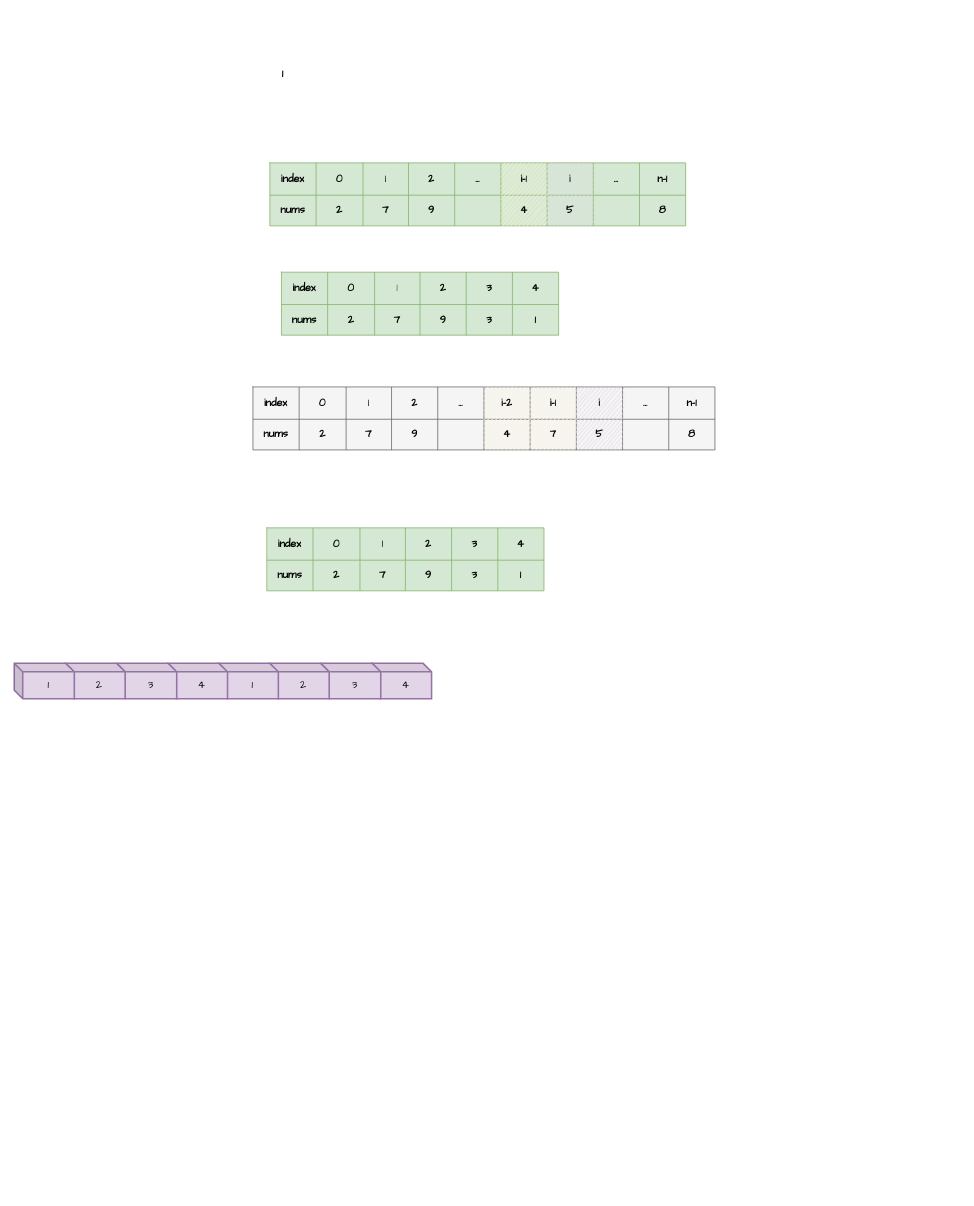
Earlier version of the draw.io diagram page "第 3 页" (3 of 3) of src/main/leetcode_manuscripts/draw_io/leetcode_A.drawio (wat1r/geek-algorithm-leetcode). Source tidied: cells renumbered, new cells numbered last; positions are measured from the earlier drawing's top-left corner, leaving out a move shared by most shapes. Both pictures are drawn from the tidied source at 77%, with x=0, y=0 at pixel (14, 13).
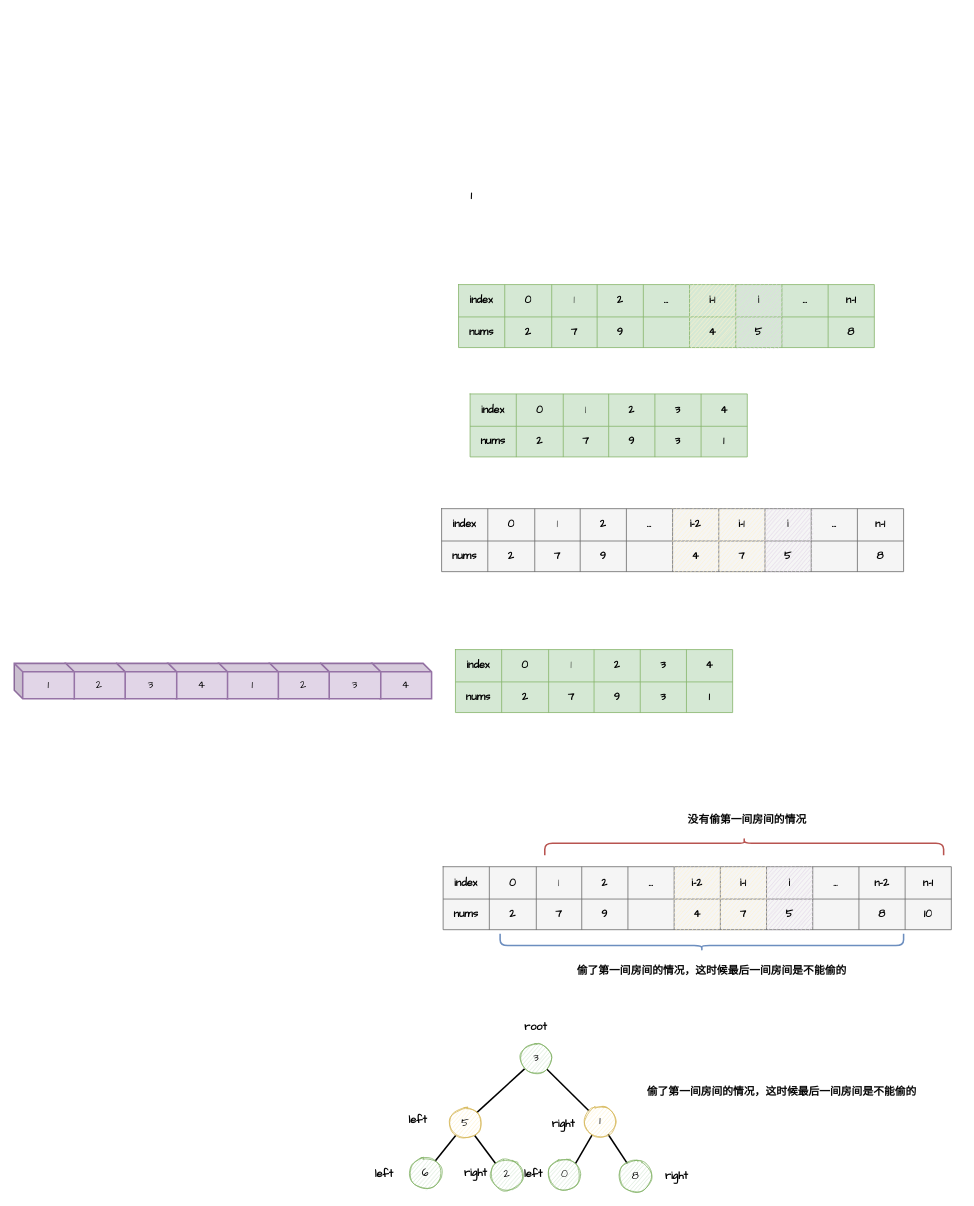
Above is the later version.

Diff of the diagram source:
```diff
@@
     <mxCell id="2" style="shape=table;html=1;whiteSpace=wrap;startSize=0;childLayout=tableLayout;fontSize=14;fontFamily=Comic Sans MS;fontStyle=1;fillColor=#d5e8d4;strokeColor=#82b366;" parent="1" vertex="1">
-      <mxGeometry x="347" y="336" width="360" height="81.8" as="geometry" />
+      <mxGeometry x="592" y="494.1" width="360" height="81.8" as="geometry" />
     </mxCell>
@@
     <mxCell id="17" style="shape=table;html=1;whiteSpace=wrap;startSize=0;childLayout=tableLayout;fontSize=14;fontFamily=Comic Sans MS;fontStyle=1;fillColor=#d5e8d4;strokeColor=#82b366;" parent="1" vertex="1">
-      <mxGeometry x="332" y="194" width="540" height="81.8" as="geometry" />
+      <mxGeometry x="577" y="352.1" width="540" height="81.8" as="geometry" />
     </mxCell>
@@
     <mxCell id="38" value="&lt;span style=&quot;color: rgb(8 , 8 , 8) ; font-size: 14px&quot;&gt;1&lt;br style=&quot;font-size: 14px&quot;&gt;&lt;/span&gt;" style="text;html=1;strokeColor=none;fillColor=none;align=left;verticalAlign=middle;whiteSpace=wrap;rounded=0;sketch=0;fontFamily=Comic Sans MS;fontSize=14;fontStyle=1;" parent="1" vertex="1">
-      <mxGeometry x="346" width="639" height="157" as="geometry" />
+      <mxGeometry x="591" y="158.1" width="639" height="157" as="geometry" />
     </mxCell>
     <mxCell id="39" style="shape=table;html=1;whiteSpace=wrap;startSize=0;childLayout=tableLayout;fontSize=14;fontFamily=Comic Sans MS;fontStyle=1;fillColor=#f5f5f5;strokeColor=#666666;fontColor=#333333;" parent="1" vertex="1">
-      <mxGeometry x="310" y="485" width="600" height="81.8" as="geometry" />
+      <mxGeometry x="555" y="643.1" width="600" height="81.8" as="geometry" />
     </mxCell>
@@
     <mxCell id="62" style="shape=table;html=1;whiteSpace=wrap;startSize=0;childLayout=tableLayout;fontSize=14;fontFamily=Comic Sans MS;fontStyle=1;fillColor=#d5e8d4;strokeColor=#82b366;shadow=0;" parent="1" vertex="1">
-      <mxGeometry x="328" y="668" width="360" height="81.8" as="geometry" />
+      <mxGeometry x="573" y="826.1" width="360" height="81.8" as="geometry" />
     </mxCell>
@@
+    <mxCell id="85" style="shape=table;html=1;whiteSpace=wrap;startSize=0;childLayout=tableLayout;fontSize=14;fontFamily=Comic Sans MS;fontStyle=1;fillColor=#f5f5f5;strokeColor=#666666;fontColor=#333333;" parent="1" vertex="1">
+      <mxGeometry x="557" y="1108.1" width="660" height="81.8" as="geometry" />
+    </mxCell>
+    <mxCell id="86" style="shape=partialRectangle;html=1;whiteSpace=wrap;fillColor=none;top=0;left=0;bottom=0;right=0;fontSize=14;fontFamily=Comic Sans MS;fontStyle=1;" parent="85" vertex="1">
+      <mxGeometry width="660" height="42" as="geometry" />
+    </mxCell>
+    <mxCell id="87" value="index" style="shape=partialRectangle;html=1;whiteSpace=wrap;overflow=hidden;fillColor=none;top=0;left=0;bottom=0;right=0;fontSize=14;fontFamily=Comic Sans MS;fontStyle=1;" parent="86" vertex="1">
+      <mxGeometry width="60" height="42" as="geometry" />
+    </mxCell>
+    <mxCell id="88" value="0" style="shape=partialRectangle;html=1;whiteSpace=wrap;overflow=hidden;fillColor=none;top=0;left=0;bottom=0;right=0;fontSize=14;fontFamily=Comic Sans MS;fontStyle=1;" parent="86" vertex="1">
+      <mxGeometry x="60" width="61" height="42" as="geometry" />
+    </mxCell>
+    <mxCell id="89" value="1" style="shape=partialRectangle;html=1;whiteSpace=wrap;overflow=hidden;fillColor=none;top=0;left=0;bottom=0;right=0;fontSize=14;fontFamily=Comic Sans MS;fontStyle=1;" parent="86" vertex="1">
+      <mxGeometry x="121" width="59" height="42" as="geometry" />
+    </mxCell>
+    <mxCell id="90" value="2" style="shape=partialRectangle;html=1;whiteSpace=wrap;overflow=hidden;fillColor=none;top=0;left=0;bottom=0;right=0;fontSize=14;fontFamily=Comic Sans MS;fontStyle=1;" parent="86" vertex="1">
+      <mxGeometry x="180" width="60" height="42" as="geometry" />
+    </mxCell>
+    <mxCell id="91" value="..." style="shape=partialRectangle;html=1;whiteSpace=wrap;overflow=hidden;fillColor=none;top=0;left=0;bottom=0;right=0;fontSize=14;fontFamily=Comic Sans MS;fontStyle=1;" parent="86" vertex="1">
+      <mxGeometry x="240" width="60" height="42" as="geometry" />
+    </mxCell>
+    <mxCell id="92" value="i-2" style="shape=partialRectangle;html=1;whiteSpace=wrap;overflow=hidden;fillColor=#fff2cc;top=0;left=0;bottom=0;right=0;fontSize=14;fontFamily=Comic Sans MS;fontStyle=1;strokeColor=#d6b656;sketch=1;" parent="86" vertex="1">
+      <mxGeometry x="300" width="60" height="42" as="geometry" />
+    </mxCell>
+    <mxCell id="93" value="i-1" style="shape=partialRectangle;html=1;whiteSpace=wrap;overflow=hidden;fillColor=#fff2cc;top=0;left=0;bottom=0;right=0;fontSize=14;fontFamily=Comic Sans MS;fontStyle=1;strokeColor=#d6b656;sketch=1;" parent="86" vertex="1">
+      <mxGeometry x="360" width="60" height="42" as="geometry" />
+    </mxCell>
+    <mxCell id="94" value="i" style="shape=partialRectangle;html=1;whiteSpace=wrap;overflow=hidden;fillColor=#e1d5e7;top=0;left=0;bottom=0;right=0;fontSize=14;fontFamily=Comic Sans MS;fontStyle=1;strokeColor=#9673a6;sketch=1;" parent="86" vertex="1">
+      <mxGeometry x="420" width="60" height="42" as="geometry" />
+    </mxCell>
+    <mxCell id="95" value="..." style="shape=partialRectangle;html=1;whiteSpace=wrap;overflow=hidden;fillColor=none;top=0;left=0;bottom=0;right=0;fontSize=14;fontFamily=Comic Sans MS;fontStyle=1;" parent="86" vertex="1">
+      <mxGeometry x="480" width="60" height="42" as="geometry" />
+    </mxCell>
+    <mxCell id="96" value="n-2" style="shape=partialRectangle;html=1;whiteSpace=wrap;overflow=hidden;fillColor=none;top=0;left=0;bottom=0;right=0;fontSize=14;fontFamily=Comic Sans MS;fontStyle=1;" parent="86" vertex="1">
+      <mxGeometry x="540" width="60" height="42" as="geometry" />
+    </mxCell>
+    <mxCell id="97" value="n-1" style="shape=partialRectangle;html=1;whiteSpace=wrap;overflow=hidden;fillColor=none;top=0;left=0;bottom=0;right=0;fontSize=14;fontFamily=Comic Sans MS;fontStyle=1;" parent="86" vertex="1">
+      <mxGeometry x="600" width="60" height="42" as="geometry" />
+    </mxCell>
+    <mxCell id="98" style="shape=partialRectangle;html=1;whiteSpace=wrap;fillColor=none;top=0;left=0;bottom=0;right=0;fontSize=14;fontFamily=Comic Sans MS;fontStyle=1;" parent="85" vertex="1">
+      <mxGeometry y="42" width="660" height="40" as="geometry" />
+    </mxCell>
+    <mxCell id="99" value="nums" style="shape=partialRectangle;html=1;whiteSpace=wrap;overflow=hidden;fillColor=none;top=0;left=0;bottom=0;right=0;fontSize=14;fontFamily=Comic Sans MS;fontStyle=1;" parent="98" vertex="1">
+      <mxGeometry width="60" height="40" as="geometry" />
+    </mxCell>
+    <mxCell id="100" value="2" style="shape=partialRectangle;html=1;whiteSpace=wrap;overflow=hidden;fillColor=none;top=0;left=0;bottom=0;right=0;fontSize=14;fontFamily=Comic Sans MS;fontStyle=1;" parent="98" vertex="1">
+      <mxGeometry x="60" width="61" height="40" as="geometry" />
+    </mxCell>
+    <mxCell id="101" value="7" style="shape=partialRectangle;html=1;whiteSpace=wrap;overflow=hidden;fillColor=none;top=0;left=0;bottom=0;right=0;fontSize=14;fontFamily=Comic Sans MS;fontStyle=1;" parent="98" vertex="1">
+      <mxGeometry x="121" width="59" height="40" as="geometry" />
+    </mxCell>
+    <mxCell id="102" value="9" style="shape=partialRectangle;html=1;whiteSpace=wrap;overflow=hidden;fillColor=none;top=0;left=0;bottom=0;right=0;fontSize=14;fontFamily=Comic Sans MS;fontStyle=1;" parent="98" vertex="1">
+      <mxGeometry x="180" width="60" height="40" as="geometry" />
+    </mxCell>
+    <mxCell id="103" style="shape=partialRectangle;html=1;whiteSpace=wrap;overflow=hidden;fillColor=none;top=0;left=0;bottom=0;right=0;fontSize=14;fontFamily=Comic Sans MS;fontStyle=1;" parent="98" vertex="1">
+      <mxGeometry x="240" width="60" height="40" as="geometry" />
+    </mxCell>
+    <mxCell id="104" value="4" style="shape=partialRectangle;html=1;whiteSpace=wrap;overflow=hidden;fillColor=#fff2cc;top=0;left=0;bottom=0;right=0;fontSize=14;fontFamily=Comic Sans MS;fontStyle=1;strokeColor=#d6b656;sketch=1;" parent="98" vertex="1">
+      <mxGeometry x="300" width="60" height="40" as="geometry" />
+    </mxCell>
+    <mxCell id="105" value="7" style="shape=partialRectangle;html=1;whiteSpace=wrap;overflow=hidden;fillColor=#fff2cc;top=0;left=0;bottom=0;right=0;fontSize=14;fontFamily=Comic Sans MS;fontStyle=1;strokeColor=#d6b656;sketch=1;" parent="98" vertex="1">
+      <mxGeometry x="360" width="60" height="40" as="geometry" />
+    </mxCell>
+    <mxCell id="106" value="5" style="shape=partialRectangle;html=1;whiteSpace=wrap;overflow=hidden;fillColor=#e1d5e7;top=0;left=0;bottom=0;right=0;fontSize=14;fontFamily=Comic Sans MS;fontStyle=1;strokeColor=#9673a6;sketch=1;" parent="98" vertex="1">
+      <mxGeometry x="420" width="60" height="40" as="geometry" />
+    </mxCell>
+    <mxCell id="107" style="shape=partialRectangle;html=1;whiteSpace=wrap;overflow=hidden;fillColor=none;top=0;left=0;bottom=0;right=0;fontSize=14;fontFamily=Comic Sans MS;fontStyle=1;" parent="98" vertex="1">
+      <mxGeometry x="480" width="60" height="40" as="geometry" />
+    </mxCell>
+    <mxCell id="108" value="8" style="shape=partialRectangle;html=1;whiteSpace=wrap;overflow=hidden;fillColor=none;top=0;left=0;bottom=0;right=0;fontSize=14;fontFamily=Comic Sans MS;fontStyle=1;" parent="98" vertex="1">
+      <mxGeometry x="540" width="60" height="40" as="geometry" />
+    </mxCell>
+    <mxCell id="109" value="10" style="shape=partialRectangle;html=1;whiteSpace=wrap;overflow=hidden;fillColor=none;top=0;left=0;bottom=0;right=0;fontSize=14;fontFamily=Comic Sans MS;fontStyle=1;" parent="98" vertex="1">
+      <mxGeometry x="600" width="60" height="40" as="geometry" />
+    </mxCell>
+    <mxCell id="110" style="shape=curlyBracket;whiteSpace=wrap;html=1;rounded=1;shadow=0;sketch=0;fontFamily=Comic Sans MS;fontSize=14;strokeColor=#6c8ebf;strokeWidth=2;fillColor=#dae8fc;size=0.3;rotation=0;direction=north;" parent="1" vertex="1">
+      <mxGeometry x="631" y="1195.1" width="524" height="22" as="geometry" />
+    </mxCell>
+    <mxCell id="111" style="shape=curlyBracket;whiteSpace=wrap;html=1;rounded=1;shadow=0;sketch=0;fontFamily=Comic Sans MS;fontSize=14;strokeColor=#b85450;strokeWidth=2;fillColor=#f8cecc;size=0.3;rotation=0;direction=south;" parent="1" vertex="1">
+      <mxGeometry x="689" y="1071.1" width="518" height="22" as="geometry" />
+    </mxCell>
+    <mxCell id="112" value="&lt;span style=&quot;color: rgb(8 , 8 , 8) ; font-size: 14px&quot;&gt;没有偷第一间房间的情况&lt;br style=&quot;font-size: 14px&quot;&gt;&lt;/span&gt;" style="text;html=1;strokeColor=none;fillColor=none;align=left;verticalAlign=middle;whiteSpace=wrap;rounded=0;sketch=0;fontFamily=Comic Sans MS;fontSize=14;fontStyle=1;" parent="1" vertex="1">
+      <mxGeometry x="873" y="1032.1" width="156" height="32" as="geometry" />
+    </mxCell>
+    <mxCell id="113" value="&lt;span style=&quot;color: rgb(8 , 8 , 8) ; font-size: 14px&quot;&gt;偷了第一间房间的情况，这时候最后一间房间是不能偷的&lt;br style=&quot;font-size: 14px&quot;&gt;&lt;/span&gt;" style="text;html=1;strokeColor=none;fillColor=none;align=left;verticalAlign=middle;whiteSpace=wrap;rounded=0;sketch=0;fontFamily=Comic Sans MS;fontSize=14;fontStyle=1;" parent="1" vertex="1">
+      <mxGeometry x="729" y="1223.1" width="353.5" height="41" as="geometry" />
+    </mxCell>
+    <mxCell id="114" style="rounded=0;jettySize=auto;html=1;fontFamily=Comic Sans MS;fontSize=14;startArrow=none;startFill=0;endArrow=none;endFill=0;strokeWidth=2;" parent="1" edge="1" source="116" target="119">
+      <mxGeometry relative="1" as="geometry" />
+    </mxCell>
+    <mxCell id="115" style="edgeStyle=none;rounded=0;jettySize=auto;html=1;fontFamily=Comic Sans MS;fontSize=14;startArrow=none;startFill=0;endArrow=none;endFill=0;strokeWidth=2;" parent="1" edge="1" source="116" target="122">
+      <mxGeometry relative="1" as="geometry" />
+    </mxCell>
+    <mxCell id="116" value="3" style="ellipse;whiteSpace=wrap;html=1;fontFamily=Comic Sans MS;fontSize=14;sketch=1;fillColor=#d5e8d4;strokeColor=#82b366;" parent="1" vertex="1">
+      <mxGeometry x="657.5" y="1337.1" width="40" height="40" as="geometry" />
+    </mxCell>
+    <mxCell id="117" style="edgeStyle=none;rounded=0;jettySize=auto;html=1;entryX=1;entryY=0;entryDx=0;entryDy=0;fontFamily=Comic Sans MS;fontSize=14;startArrow=none;startFill=0;endArrow=none;endFill=0;strokeWidth=2;align=center;" parent="1" edge="1" source="119" target="125">
+      <mxGeometry relative="1" as="geometry" />
+    </mxCell>
+    <mxCell id="118" style="edgeStyle=none;rounded=0;jettySize=auto;html=1;fontFamily=Comic Sans MS;fontSize=14;startArrow=none;startFill=0;endArrow=none;endFill=0;strokeWidth=2;align=center;" parent="1" edge="1" source="119" target="126">
+      <mxGeometry relative="1" as="geometry" />
+    </mxCell>
+    <mxCell id="119" value="1" style="ellipse;whiteSpace=wrap;html=1;fontFamily=Comic Sans MS;fontSize=14;sketch=1;fillColor=#fff2cc;strokeColor=#d6b656;" parent="1" vertex="1">
+      <mxGeometry x="740.5" y="1419.1" width="40" height="40" as="geometry" />
+    </mxCell>
+    <mxCell id="120" style="edgeStyle=none;rounded=0;jettySize=auto;html=1;fontFamily=Comic Sans MS;fontSize=14;startArrow=none;startFill=0;endArrow=none;endFill=0;strokeWidth=2;" parent="1" edge="1" source="122" target="123">
+      <mxGeometry relative="1" as="geometry" />
+    </mxCell>
+    <mxCell id="121" style="edgeStyle=none;rounded=0;jettySize=auto;html=1;entryX=0;entryY=0;entryDx=0;entryDy=0;fontFamily=Comic Sans MS;fontSize=14;startArrow=none;startFill=0;endArrow=none;endFill=0;strokeWidth=2;" parent="1" edge="1" source="122" target="124">
+      <mxGeometry relative="1" as="geometry" />
+    </mxCell>
+    <mxCell id="122" value="5" style="ellipse;whiteSpace=wrap;html=1;fontFamily=Comic Sans MS;fontSize=14;sketch=1;fillColor=#fff2cc;strokeColor=#d6b656;" parent="1" vertex="1">
+      <mxGeometry x="566" y="1421.1" width="40" height="40" as="geometry" />
+    </mxCell>
+    <mxCell id="123" value="6" style="ellipse;whiteSpace=wrap;html=1;fontFamily=Comic Sans MS;fontSize=14;sketch=1;fillColor=#d5e8d4;strokeColor=#82b366;" parent="1" vertex="1">
+      <mxGeometry x="514" y="1486.1" width="40" height="40" as="geometry" />
+    </mxCell>
+    <mxCell id="124" value="2" style="ellipse;whiteSpace=wrap;html=1;fontFamily=Comic Sans MS;fontSize=14;sketch=1;fillColor=#d5e8d4;strokeColor=#82b366;" parent="1" vertex="1">
+      <mxGeometry x="619.5" y="1488.1" width="40" height="40" as="geometry" />
+    </mxCell>
+    <mxCell id="125" value="0" style="ellipse;whiteSpace=wrap;html=1;fontFamily=Comic Sans MS;fontSize=14;sketch=1;fillColor=#d5e8d4;strokeColor=#82b366;" parent="1" vertex="1">
+      <mxGeometry x="694.5" y="1488.1" width="40" height="40" as="geometry" />
+    </mxCell>
+    <mxCell id="126" value="8" style="ellipse;whiteSpace=wrap;html=1;fontFamily=Comic Sans MS;fontSize=14;sketch=1;fillColor=#d5e8d4;strokeColor=#82b366;" parent="1" vertex="1">
+      <mxGeometry x="787" y="1490.1" width="40" height="40" as="geometry" />
+    </mxCell>
+    <mxCell id="127" value="&lt;b&gt;left&lt;/b&gt;" style="edgeLabel;html=1;align=center;verticalAlign=middle;fontSize=14;fontFamily=Comic Sans MS;" parent="1" vertex="1">
+      <mxGeometry x="544.5" y="1439.1" as="geometry">
+        <mxPoint x="-21" y="-3" as="offset" />
+      </mxGeometry>
+    </mxCell>
+    <mxCell id="128" value="&lt;b&gt;right&lt;br&gt;&lt;/b&gt;" style="edgeLabel;html=1;align=center;verticalAlign=middle;fontSize=14;fontFamily=Comic Sans MS;" parent="1" vertex="1">
+      <mxGeometry x="733" y="1445.1" as="geometry">
+        <mxPoint x="-21" y="-3" as="offset" />
+      </mxGeometry>
+    </mxCell>
+    <mxCell id="129" value="&lt;b&gt;left&lt;/b&gt;" style="edgeLabel;html=1;align=center;verticalAlign=middle;fontSize=14;fontFamily=Comic Sans MS;" parent="1" vertex="1">
+      <mxGeometry x="500" y="1510.1" as="geometry">
+        <mxPoint x="-21" y="-3" as="offset" />
+      </mxGeometry>
+    </mxCell>
+    <mxCell id="130" value="&lt;b&gt;right&lt;/b&gt;" style="edgeLabel;html=1;align=center;verticalAlign=middle;fontSize=14;fontFamily=Comic Sans MS;" parent="1" vertex="1">
+      <mxGeometry x="619.5" y="1508.1" as="geometry">
+        <mxPoint x="-21" y="-3" as="offset" />
+      </mxGeometry>
+    </mxCell>
+    <mxCell id="131" value="&lt;b&gt;left&lt;/b&gt;" style="edgeLabel;html=1;align=center;verticalAlign=middle;fontSize=14;fontFamily=Comic Sans MS;" parent="1" vertex="1">
+      <mxGeometry x="694.5" y="1510.1" as="geometry">
+        <mxPoint x="-21" y="-3" as="offset" />
+      </mxGeometry>
+    </mxCell>
+    <mxCell id="132" value="&lt;b&gt;right&lt;br&gt;&lt;/b&gt;" style="edgeLabel;html=1;align=center;verticalAlign=middle;fontSize=14;fontFamily=Comic Sans MS;" parent="1" vertex="1">
+      <mxGeometry x="880" y="1512.1" as="geometry">
+        <mxPoint x="-21" y="-3" as="offset" />
+      </mxGeometry>
+    </mxCell>
+    <mxCell id="133" value="&lt;b&gt;root&lt;br&gt;&lt;/b&gt;" style="edgeLabel;html=1;align=center;verticalAlign=middle;fontSize=14;fontFamily=Comic Sans MS;" parent="1" vertex="1">
+      <mxGeometry x="697.5" y="1319.1" as="geometry">
+        <mxPoint x="-21" y="-3" as="offset" />
+      </mxGeometry>
+    </mxCell>
+    <mxCell id="134" value="&lt;span style=&quot;color: rgb(8 , 8 , 8) ; font-size: 14px&quot;&gt;偷了第一间房间的情况，这时候最后一间房间是不能偷的&lt;br style=&quot;font-size: 14px&quot;&gt;&lt;/span&gt;" style="text;html=1;strokeColor=none;fillColor=none;align=left;verticalAlign=middle;whiteSpace=wrap;rounded=0;sketch=0;fontFamily=Comic Sans MS;fontSize=14;fontStyle=1;" parent="1" vertex="1">
+      <mxGeometry x="820" y="1380.1" width="353.5" height="41" as="geometry" />
+    </mxCell>
```
